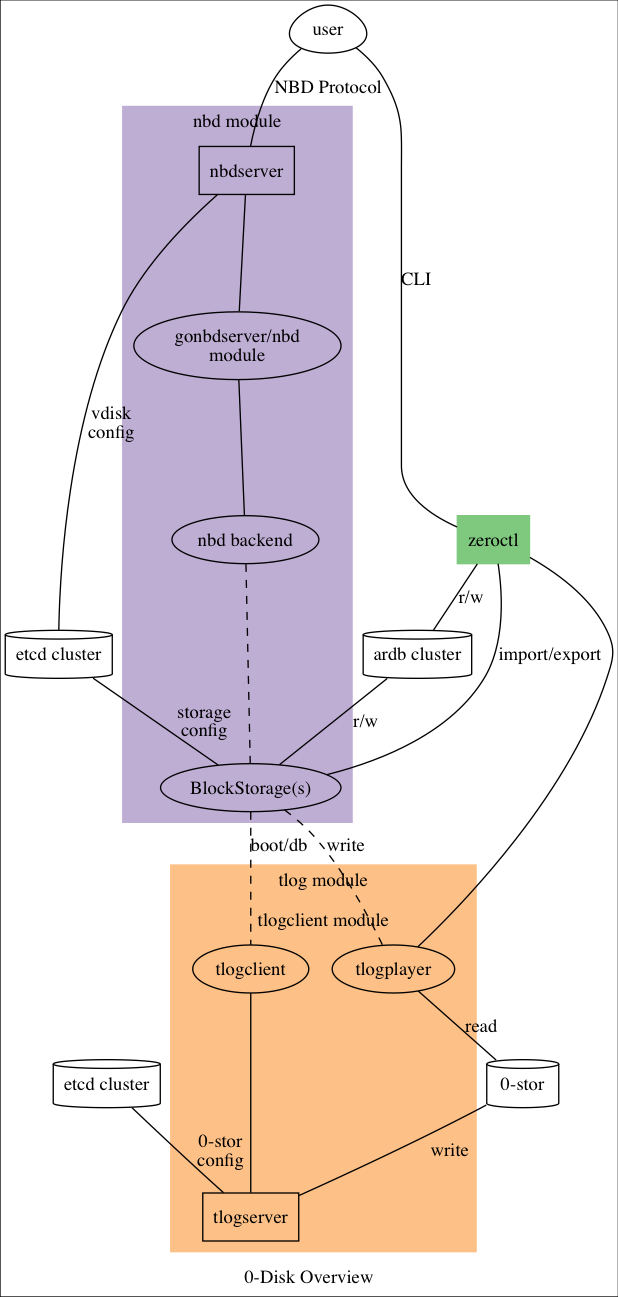
Above: docs/assets/zerodisk_overview.png in g8os/EFBD (Graphviz), before the change. Its source is kept beside it as docs/assets/src/zerodisk_overview.dot.
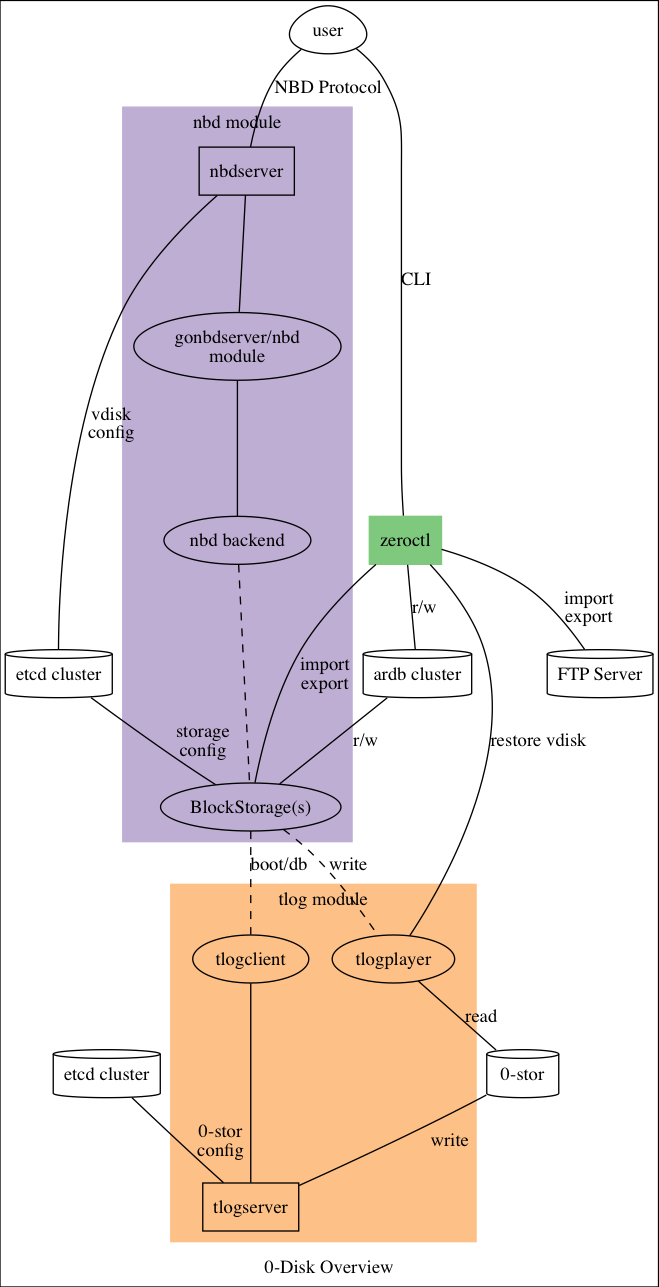
After the commit.

Commit message:
improve 0-Disk graph further and add ftpserver

Diff of the diagram source:
```diff
@@ -3,6 +3,7 @@
   colorscheme=accent4
 
   ardb [label="ardb cluster" shape=cylinder]
+  ftpserver [label="FTP Server" shape=cylinder]
 
   user
     [shape=egg colorscheme=accent3]
@@ -25,8 +26,7 @@
     tlogserver [shape=rectangle]
 
     subgraph clusterTlogClient {
-      style=dotted
-      label="tlogclient module"
+      label=""
 
       tlogclient
       tlogplayer
@@ -67,8 +67,10 @@
   nbdETCD -- nbdserver [label="vdisk\nconfig" weight=0]
 
   tlogplayer -- zerostor [label="read"]
-  zeroctl -- tlogplayer
-  zeroctl -- nbdStorage [label="import/export"]
+  zeroctl -- tlogplayer [label="restore vdisk"]
+
+  zeroctl -- nbdStorage [label="import\nexport"]
+  zeroctl -- ftpserver [label="import\nexport" weight=0]
 
   user -- nbdserver [label="NBD Protocol"]
 }
```
